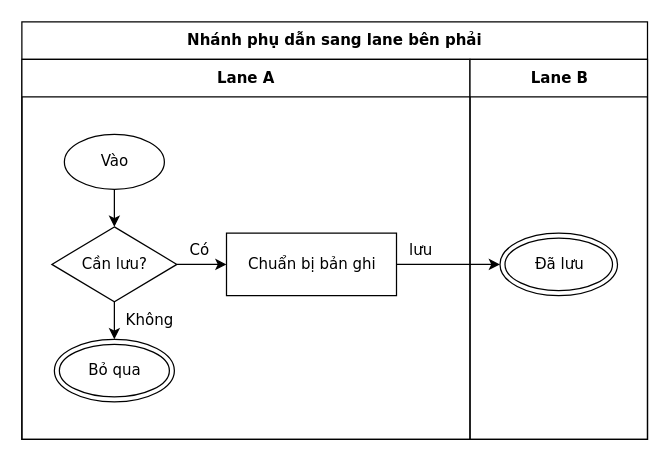
Earlier version of the draw.io diagram conformance/golden/cases/09-branch-drift-right.drawio (luytbq/flowcast). Source tidied: cells renumbered, new cells numbered last; positions are measured from the earlier drawing's top-left corner, leaving out a move shared by most shapes. Both pictures are drawn from the tidied source at 125%, with x=0, y=0 at pixel (21, 21).
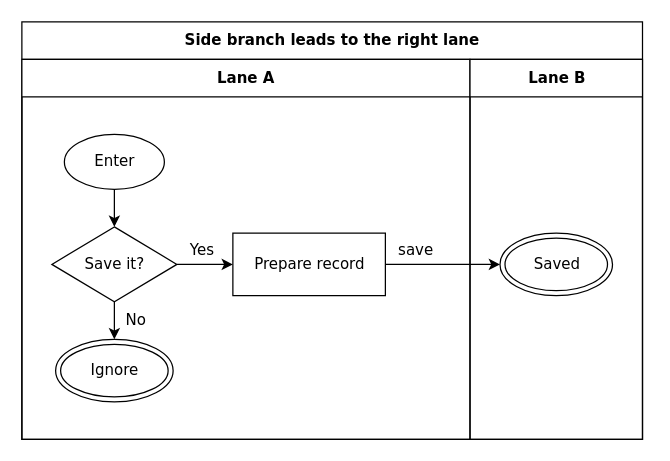
After the change.

Change to the diagram source:
```diff
@@
 <mxGraphModel>
   <root>
     <mxCell id="0" />
     <mxCell id="1" parent="0" />
-    <mxCell id="2" value="Nhánh phụ dẫn sang lane bên phải" style="swimlane;html=1;startSize=30;fontStyle=1;fontFamily=Verdana;fontSize=12;flowtable=1;" parent="1" vertex="1">
-      <mxGeometry width="500.5" height="334" as="geometry" />
+    <mxCell id="2" value="Side branch leads to the right lane" style="swimlane;html=1;startSize=30;fontStyle=1;fontFamily=Verdana;fontSize=12;flowtable=1;" parent="1" vertex="1">
+      <mxGeometry width="496.5" height="334" as="geometry" />
     </mxCell>
     <mxCell id="3" value="Lane A" style="swimlane;html=1;startSize=30;fontFamily=Verdana;fontSize=12;flowtable=1;" parent="2" vertex="1">
       <mxGeometry y="30" width="358.5" height="304" as="geometry" />
     </mxCell>
     <mxCell id="4" value="Lane B" style="swimlane;html=1;startSize=30;fontFamily=Verdana;fontSize=12;flowtable=1;" parent="2" vertex="1">
-      <mxGeometry x="358.5" y="30" width="142" height="304" as="geometry" />
+      <mxGeometry x="358.5" y="30" width="138" height="304" as="geometry" />
     </mxCell>
-    <mxCell id="5" value="Vào" style="ellipse;html=1;fontFamily=Verdana;fontSize=12;flowtable=1;" parent="3" vertex="1">
+    <mxCell id="5" value="Enter" style="ellipse;html=1;fontFamily=Verdana;fontSize=12;flowtable=1;" parent="3" vertex="1">
       <mxGeometry x="34" y="60" width="80" height="44" as="geometry" />
     </mxCell>
-    <mxCell id="6" value="Cần lưu?" style="rhombus;html=1;fontFamily=Verdana;fontSize=12;flowtable=1;" parent="3" vertex="1">
+    <mxCell id="6" value="Save it?" style="rhombus;html=1;fontFamily=Verdana;fontSize=12;flowtable=1;" parent="3" vertex="1">
       <mxGeometry x="24" y="134" width="100" height="60" as="geometry" />
     </mxCell>
-    <mxCell id="7" value="Chuẩn bị bản ghi" style="rounded=0;html=1;fontFamily=Verdana;fontSize=12;flowtable=1;" parent="3" vertex="1">
-      <mxGeometry x="163.7" y="139" width="136" height="50" as="geometry" />
+    <mxCell id="7" value="Prepare record" style="rounded=0;html=1;fontFamily=Verdana;fontSize=12;flowtable=1;" parent="3" vertex="1">
+      <mxGeometry x="168.8" y="139" width="122" height="50" as="geometry" />
     </mxCell>
-    <mxCell id="8" value="Đã lưu" style="shape=doubleEllipse;html=1;fontFamily=Verdana;fontSize=12;flowtable=1;" parent="4" vertex="1">
-      <mxGeometry x="24" y="139" width="94" height="50" as="geometry" />
+    <mxCell id="8" value="Saved" style="shape=doubleEllipse;html=1;fontFamily=Verdana;fontSize=12;flowtable=1;" parent="4" vertex="1">
+      <mxGeometry x="24" y="139" width="90" height="50" as="geometry" />
     </mxCell>
-    <mxCell id="9" value="Bỏ qua" style="shape=doubleEllipse;html=1;fontFamily=Verdana;fontSize=12;flowtable=1;" parent="3" vertex="1">
-      <mxGeometry x="26" y="224" width="96" height="50" as="geometry" />
+    <mxCell id="9" value="Ignore" style="shape=doubleEllipse;html=1;fontFamily=Verdana;fontSize=12;flowtable=1;" parent="3" vertex="1">
+      <mxGeometry x="27" y="224" width="94" height="50" as="geometry" />
     </mxCell>
     <mxCell id="10" style="edgeStyle=orthogonalEdgeStyle;rounded=0;jettySize=auto;html=1;labelBackgroundColor=default;exitX=0.5;exitY=1;exitDx=0;exitDy=0;entryX=0.5;entryY=0;entryDx=0;entryDy=0;fontFamily=Verdana;fontSize=12;flowtable=1;" parent="2" edge="1" source="5" target="6">
       <mxGeometry relative="1" as="geometry" />
     </mxCell>
-    <mxCell id="11" value="Có" style="edgeStyle=orthogonalEdgeStyle;rounded=0;jettySize=auto;html=1;labelBackgroundColor=default;exitX=1;exitY=0.5;exitDx=0;exitDy=0;entryX=0;entryY=0.5;entryDx=0;entryDy=0;fontFamily=Verdana;fontSize=12;flowtable=1;" parent="2" edge="1" source="6" target="7">
-      <mxGeometry x="-0.1" relative="1" as="geometry">
+    <mxCell id="11" value="Yes" style="edgeStyle=orthogonalEdgeStyle;rounded=0;jettySize=auto;html=1;labelBackgroundColor=default;exitX=1;exitY=0.5;exitDx=0;exitDy=0;entryX=0;entryY=0.5;entryDx=0;entryDy=0;fontFamily=Verdana;fontSize=12;flowtable=1;" parent="2" edge="1" source="6" target="7">
+      <mxGeometry x="-0.09" relative="1" as="geometry">
         <mxPoint y="-11.5" as="offset" />
       </mxGeometry>
     </mxCell>
-    <mxCell id="12" value="Không" style="edgeStyle=orthogonalEdgeStyle;rounded=0;jettySize=auto;html=1;labelBackgroundColor=default;exitX=0.5;exitY=1;exitDx=0;exitDy=0;entryX=0.5;entryY=0;entryDx=0;entryDy=0;fontFamily=Verdana;fontSize=12;flowtable=1;" parent="2" edge="1" source="6" target="9">
+    <mxCell id="12" value="No" style="edgeStyle=orthogonalEdgeStyle;rounded=0;jettySize=auto;html=1;labelBackgroundColor=default;exitX=0.5;exitY=1;exitDx=0;exitDy=0;entryX=0.5;entryY=0;entryDx=0;entryDy=0;fontFamily=Verdana;fontSize=12;flowtable=1;" parent="2" edge="1" source="6" target="9">
       <mxGeometry x="-0.03" relative="1" as="geometry">
-        <mxPoint x="28.1" as="offset" />
+        <mxPoint x="17.1" as="offset" />
       </mxGeometry>
     </mxCell>
-    <mxCell id="13" value="lưu" style="edgeStyle=orthogonalEdgeStyle;rounded=0;jettySize=auto;html=1;labelBackgroundColor=default;exitX=1;exitY=0.5;exitDx=0;exitDy=0;entryX=0;entryY=0.5;entryDx=0;entryDy=0;fontFamily=Verdana;fontSize=12;flowtable=1;" parent="2" edge="1" source="7" target="8">
-      <mxGeometry x="-0.53" relative="1" as="geometry">
+    <mxCell id="13" value="save" style="edgeStyle=orthogonalEdgeStyle;rounded=0;jettySize=auto;html=1;labelBackgroundColor=default;exitX=1;exitY=0.5;exitDx=0;exitDy=0;entryX=0;entryY=0.5;entryDx=0;entryDy=0;fontFamily=Verdana;fontSize=12;flowtable=1;" parent="2" edge="1" source="7" target="8">
+      <mxGeometry x="-0.48" relative="1" as="geometry">
         <mxPoint y="-11.5" as="offset" />
       </mxGeometry>
     </mxCell>
   </root>
 </mxGraphModel>
```
